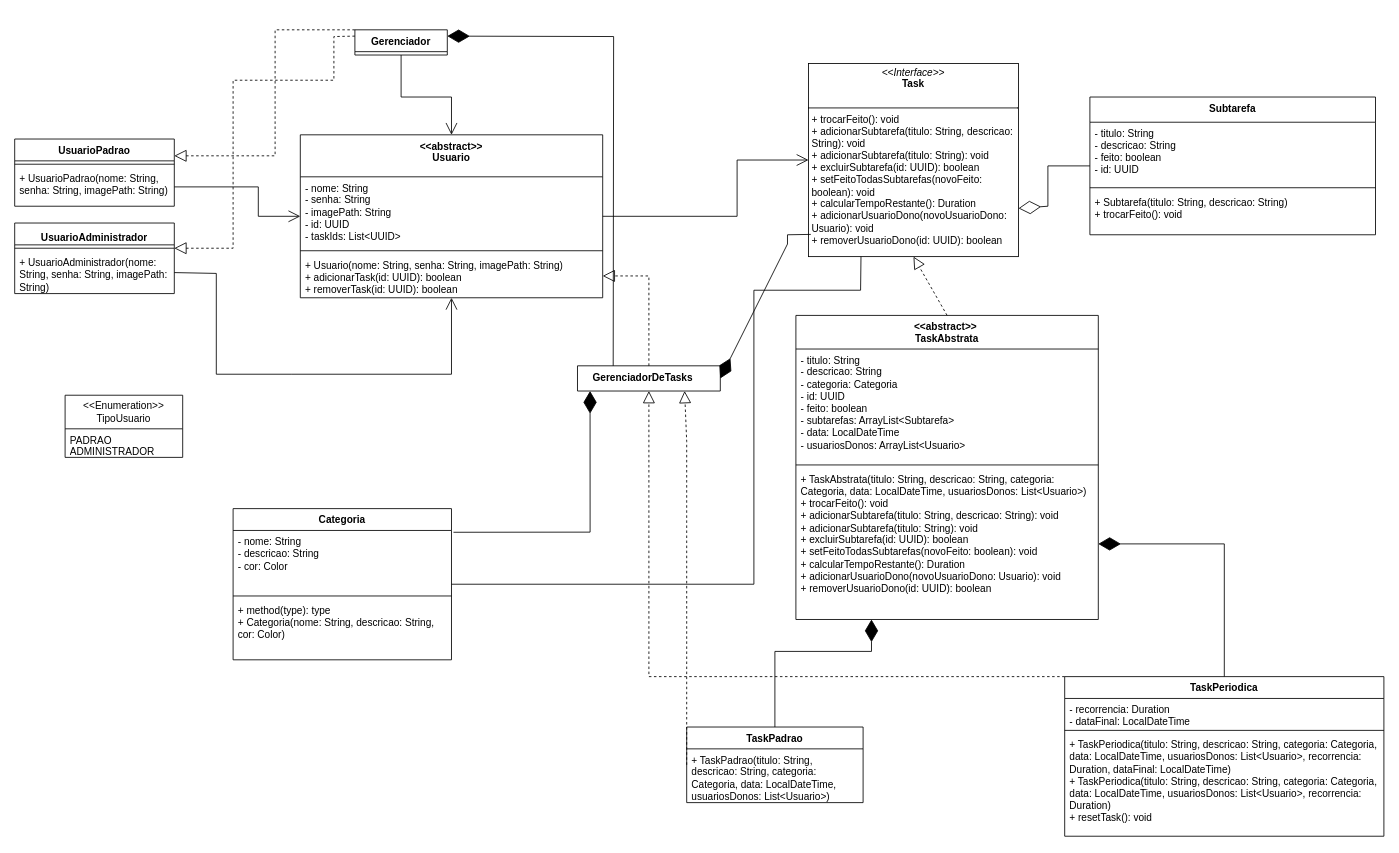
The draw.io diagram diagrama/diagrama.drawio in yaesetti/task-it, before the edit. Source tidied: cells renumbered, new cells numbered last; positions are measured from the earlier drawing's top-left corner, leaving out a move shared by most shapes. Both pictures are drawn from the tidied source at 84%, with x=0, y=0 at pixel (14, 29).
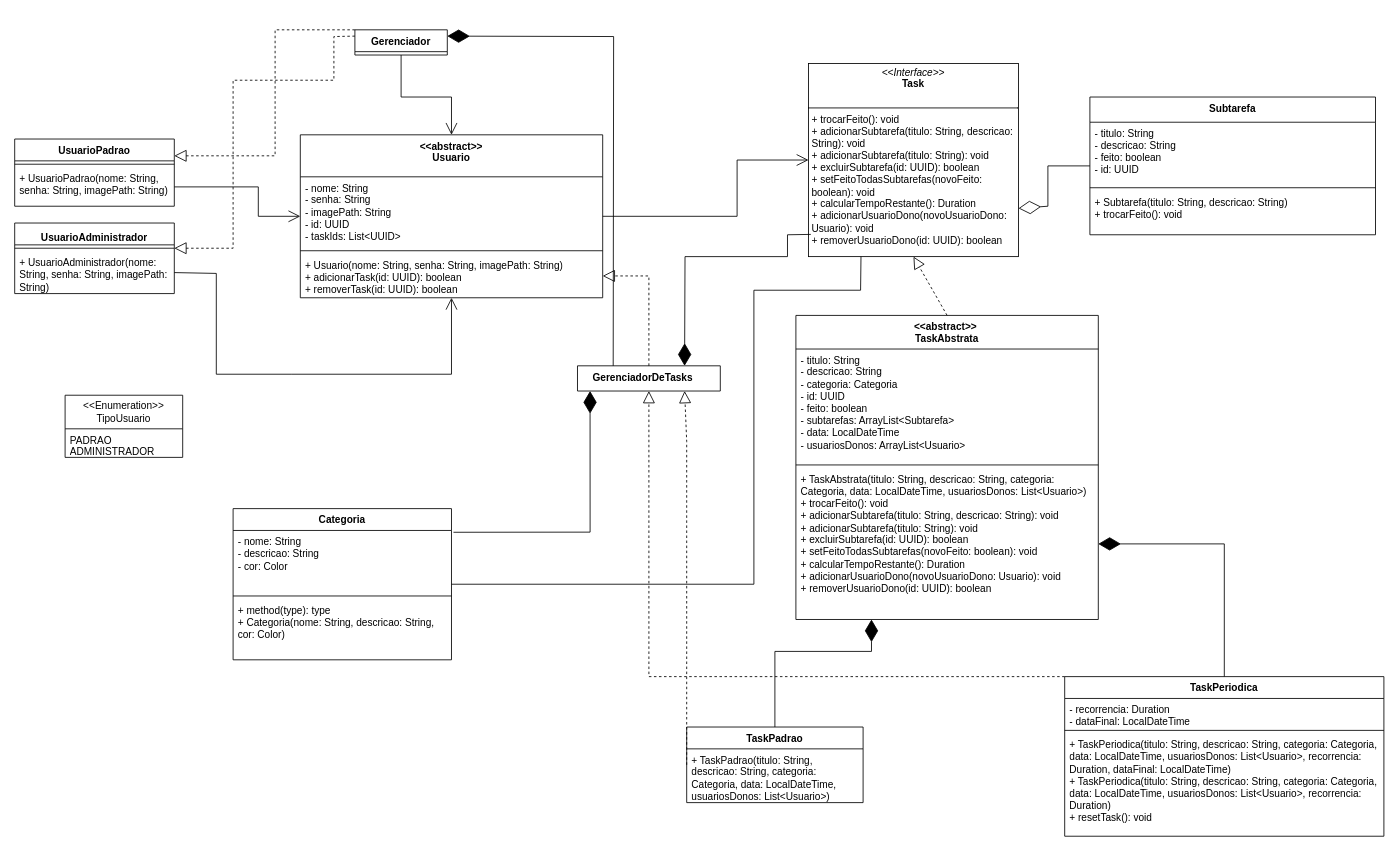
The same page after the edit.

Commit message:
deixando as setas organizadas

Unchanged cells that the change refers to:
```xml
<mxCell id="2" value="GerenciadorDeTasks&lt;span style=&quot;white-space: pre;&quot;&gt;&#9;&lt;/span&gt;" style="swimlane;fontStyle=1;align=center;verticalAlign=top;horizontal=1;startSize=30;whiteSpace=wrap;html=1;" parent="1" vertex="1" collapsed="1">
  <mxGeometry x="670" y="400" width="170" height="30" as="geometry" />
</mxCell>
<mxCell id="12" value="&lt;p style=&quot;margin:0px;margin-top:4px;text-align:center;&quot;&gt;&lt;i&gt;&amp;lt;&amp;lt;Interface&amp;gt;&amp;gt;&lt;/i&gt;&lt;br&gt;&lt;b&gt;Task&lt;/b&gt;&lt;/p&gt;&lt;br&gt;&lt;hr size=&quot;1&quot; style=&quot;border-style:solid;&quot;&gt;&lt;p style=&quot;margin:0px;margin-left:4px;&quot;&gt;+ trocarFeito(): void&lt;/p&gt;&lt;p style=&quot;margin:0px;margin-left:4px;&quot;&gt;+ adicionarSubtarefa(titulo: String, descricao: String): void&lt;/p&gt;&lt;p style=&quot;margin:0px;margin-left:4px;&quot;&gt;+ adicionarSubtarefa(titulo: String): void&lt;/p&gt;&lt;p style=&quot;margin:0px;margin-left:4px;&quot;&gt;+ excluirSubtarefa(id: UUID): boolean&lt;/p&gt;&lt;p style=&quot;margin:0px;margin-left:4px;&quot;&gt;+ setFeitoTodasSubtarefas(novoFeito: boolean): void&lt;/p&gt;&lt;p style=&quot;margin:0px;margin-left:4px;&quot;&gt;+ calcularTempoRestante(): Duration&lt;/p&gt;&lt;p style=&quot;margin:0px;margin-left:4px;&quot;&gt;+ adicionarUsuarioDono(novoUsuarioDono: Usuario): void&lt;/p&gt;&lt;p style=&quot;margin:0px;margin-left:4px;&quot;&gt;+ removerUsuarioDono(id: UUID): boolean&lt;/p&gt;" style="verticalAlign=top;align=left;overflow=fill;html=1;whiteSpace=wrap;" parent="1" vertex="1">
  <mxGeometry x="945" y="40" width="250" height="230" as="geometry" />
</mxCell>
```

Diff of the diagram source:
```diff
@@
-    <mxCell id="42" style="endArrow=diamondThin;endFill=1;endSize=24;html=1;rounded=0;entryX=1;entryY=0.5;entryDx=0;entryDy=0;exitX=0.011;exitY=0.885;exitDx=0;exitDy=0;exitPerimeter=0;" parent="1" edge="1" source="12" target="2">
+    <mxCell id="42" style="endArrow=diamondThin;endFill=1;endSize=24;html=1;rounded=0;entryX=0.75;entryY=0;entryDx=0;entryDy=0;exitX=0.011;exitY=0.885;exitDx=0;exitDy=0;exitPerimeter=0;" parent="1" edge="1" source="12" target="2">
       <mxGeometry relative="1" as="geometry">
         <Array as="points">
           <mxPoint x="920" y="244" />
-          <mxPoint x="920" y="255" />
+          <mxPoint x="920" y="270" />
+          <mxPoint x="798" y="270" />
         </Array>
       </mxGeometry>
     </mxCell>
```
